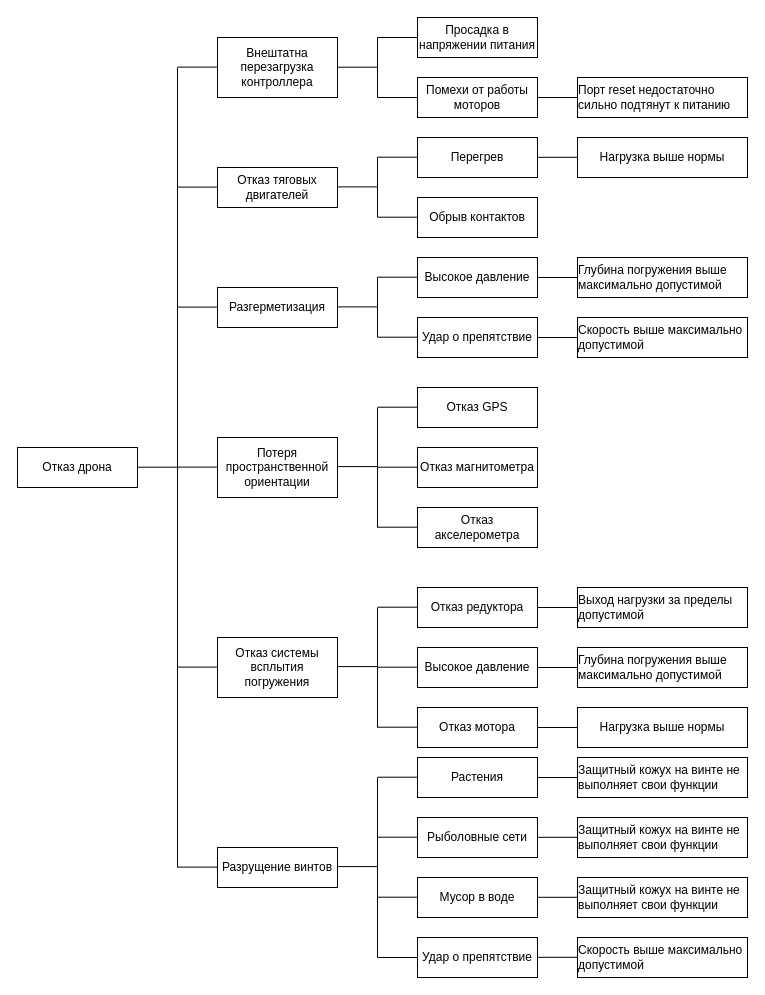
The draw.io diagram Documents/Диаграммы (draw.io)/1.2 Диаграмма почему.drawio in GushchinGleb/UnderwaterDrone, before the edit. Source tidied: cells renumbered, new cells numbered last; positions are measured from the earlier drawing's top-left corner, leaving out a move shared by most shapes. Both pictures are drawn from the tidied source at 100%, with x=0, y=0 at pixel (17, 17).
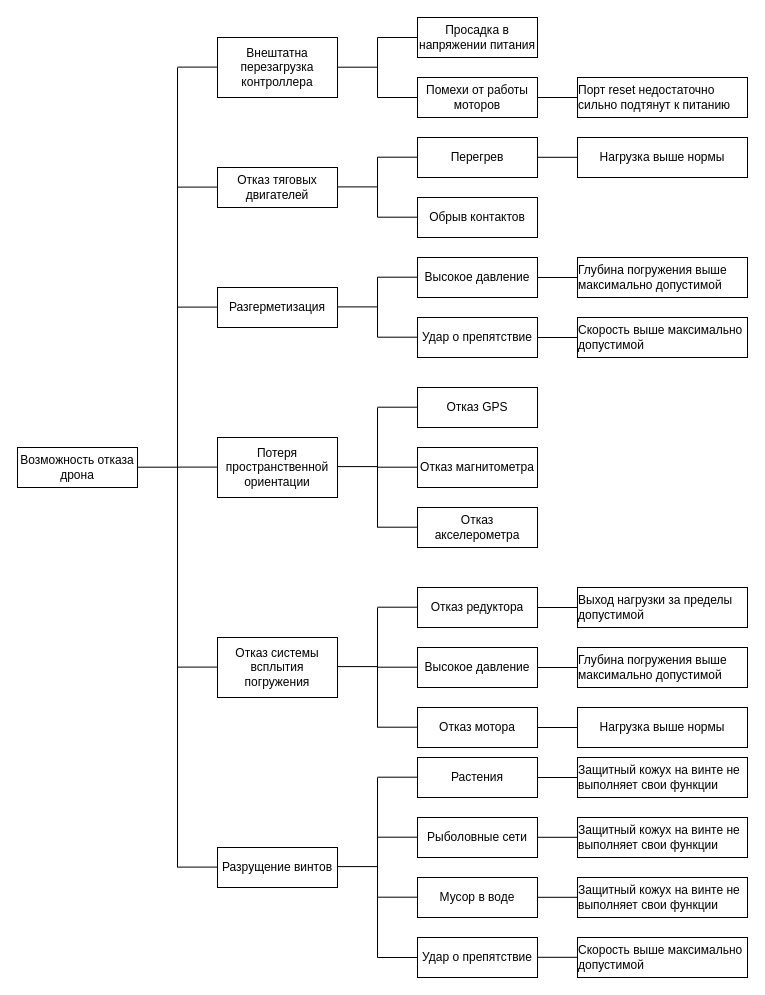
The same page after the edit.

The edit, as a diff of the source:
```diff
@@
-    <mxCell id="2" value="Отказ дрона" style="rounded=0;whiteSpace=wrap;html=1;" parent="1" vertex="1">
+    <mxCell id="2" value="Возможность отказа дрона" style="rounded=0;whiteSpace=wrap;html=1;" parent="1" vertex="1">
       <mxGeometry y="430" width="120" height="40" as="geometry" />
     </mxCell>
```
